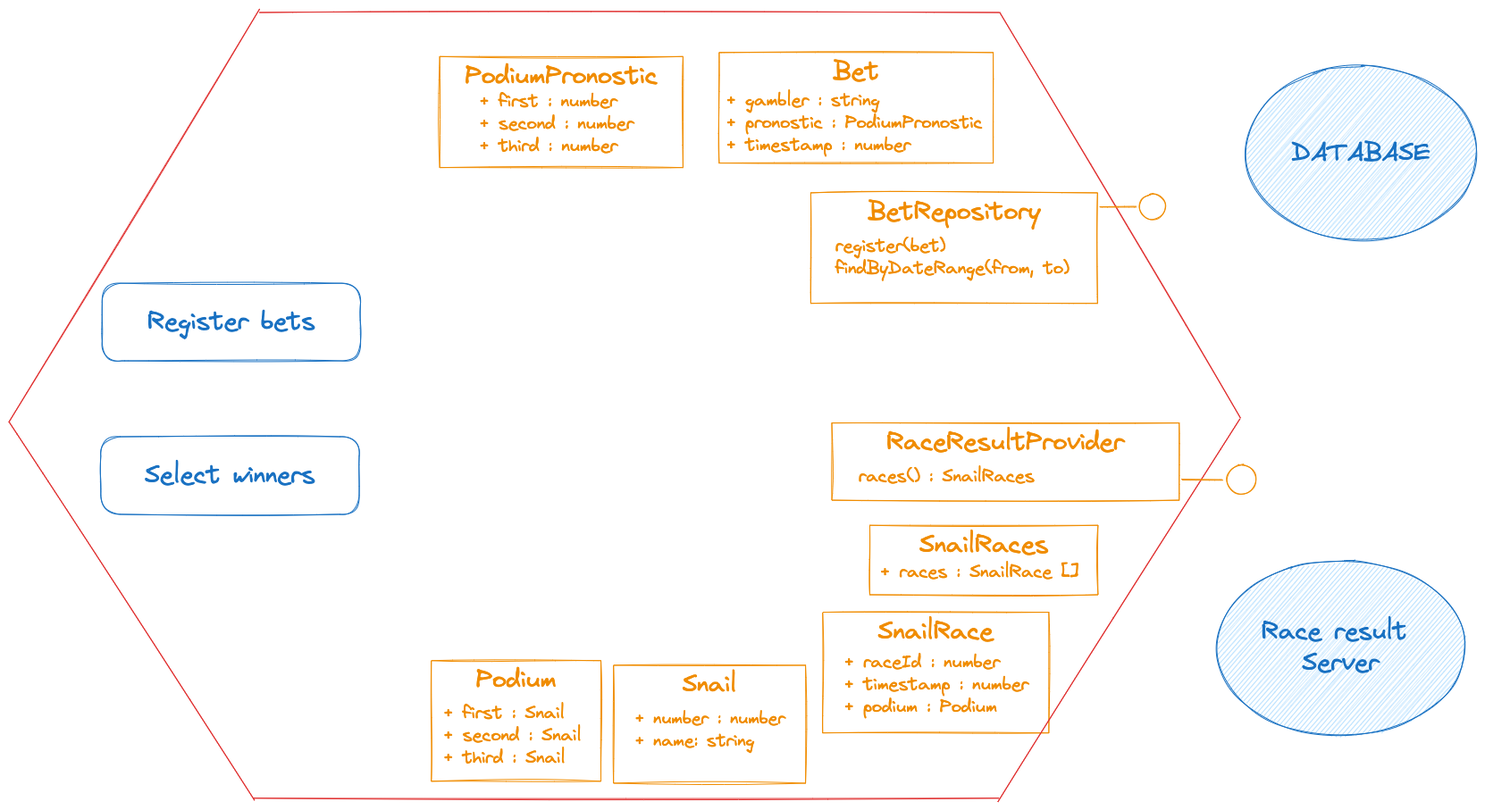
mathieucans/snail-race-kata keeps this Excalidraw diagram as snail-race-bet/SnailRaceBetApplication.png. Above is the earlier version. Source tidied: one line per element, renumbered; positions are measured from the earlier drawing's top-left corner, leaving out a move shared by most shapes.
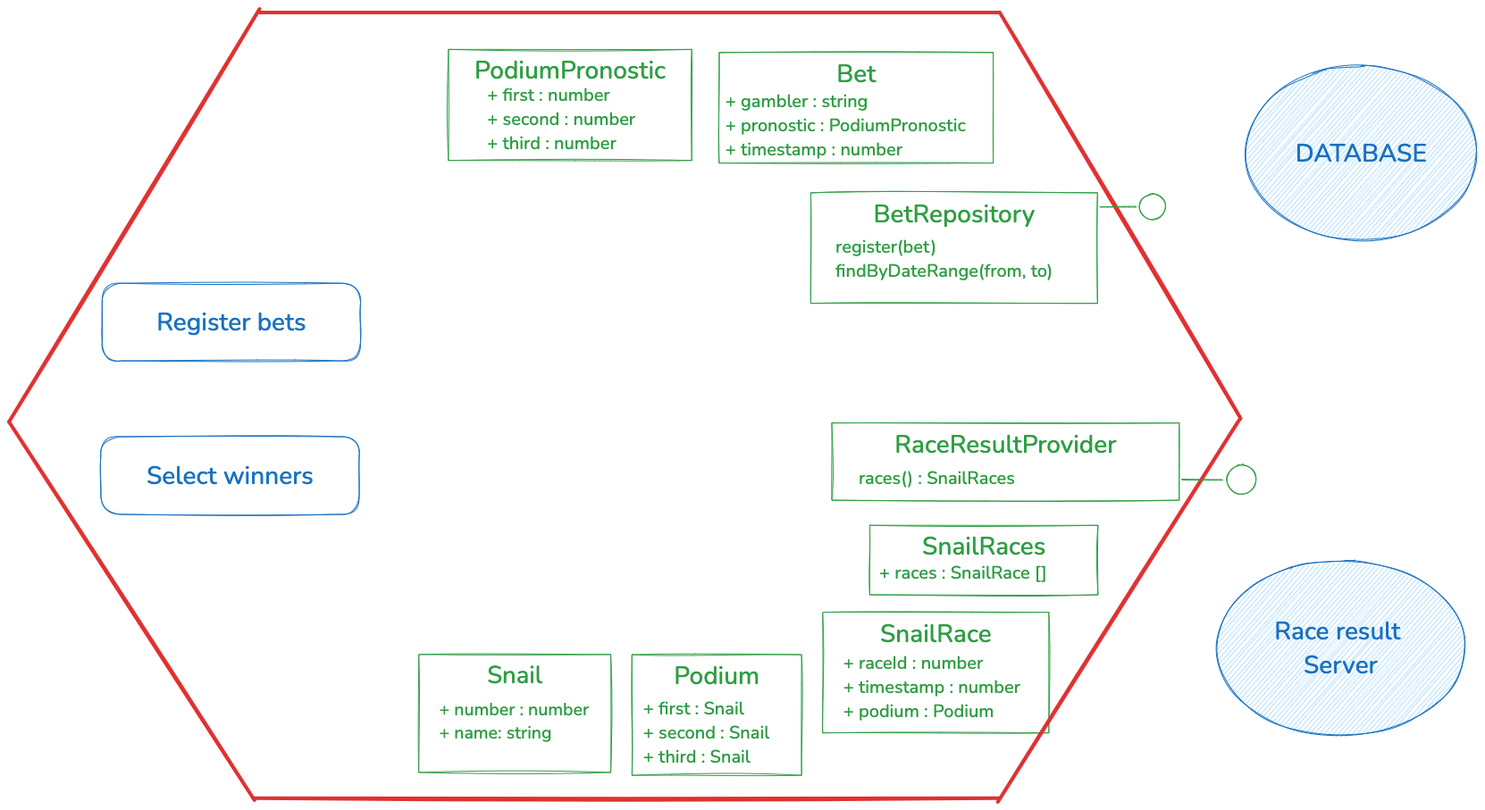
After the change.

Commit message:
Update application scheme

What changed in the source:
```diff
@@ -1,42 +1,42 @@
-{"id": 0, "type": "rectangle", "strokeColor": "#f08c00", "strokeWidth": 1, "roughness": 1, "x": 897, "y": 206, "width": 321, "height": 124}
+{"id": 0, "type": "rectangle", "strokeColor": "#2f9e44", "strokeWidth": 1, "roughness": 1, "x": 897, "y": 206, "width": 321, "height": 124}
-{"id": 1, "type": "text", "text": "BetRepository", "strokeColor": "#f08c00", "strokeWidth": 1, "roughness": 1, "fontSize": 28, "fontFamily": 1, "textAlign": "center", "inside": 0, "x": 961, "y": 211, "width": 193, "height": 35}
+{"id": 1, "type": "text", "text": "BetRepository", "strokeColor": "#2f9e44", "strokeWidth": 1, "roughness": 1, "fontSize": 28, "fontFamily": 6, "textAlign": "center", "inside": 0, "x": 967, "y": 211, "width": 183, "height": 38}
-{"id": 2, "type": "rectangle", "strokeColor": "#f08c00", "strokeWidth": 1, "roughness": 1, "x": 921, "y": 464, "width": 389, "height": 86}
+{"id": 2, "type": "rectangle", "strokeColor": "#2f9e44", "strokeWidth": 1, "roughness": 1, "x": 921, "y": 464, "width": 389, "height": 86}
-{"id": 3, "type": "text", "text": "RaceResultProvider\n", "strokeColor": "#f08c00", "strokeWidth": 1, "roughness": 1, "fontSize": 28, "fontFamily": 1, "textAlign": "center", "inside": 2, "x": 982, "y": 469, "width": 266, "height": 70}
+{"id": 3, "type": "text", "text": "RaceResultProvider\n", "strokeColor": "#2f9e44", "strokeWidth": 1, "roughness": 1, "fontSize": 28, "fontFamily": 6, "textAlign": "center", "inside": 2, "x": 990, "y": 469, "width": 250, "height": 76}
-{"id": 4, "type": "text", "text": "register(bet)\nfindByDateRange(from, to)", "strokeColor": "#f08c00", "strokeWidth": 1, "roughness": 1, "fontSize": 20, "fontFamily": 1, "x": 925, "y": 253, "width": 262, "height": 50}
+{"id": 4, "type": "text", "text": "register(bet)\nfindByDateRange(from, to)", "strokeColor": "#2f9e44", "strokeWidth": 1, "roughness": 1, "fontSize": 20, "fontFamily": 6, "x": 925, "y": 253, "width": 243, "height": 54}
-{"id": 5, "type": "text", "text": "races() : SnailRaces", "strokeColor": "#f08c00", "strokeWidth": 1, "roughness": 1, "fontSize": 20, "fontFamily": 1, "x": 951, "y": 511, "width": 197, "height": 25}
+{"id": 5, "type": "text", "text": "races() : SnailRaces", "strokeColor": "#2f9e44", "strokeWidth": 1, "roughness": 1, "fontSize": 20, "fontFamily": 6, "x": 951, "y": 511, "width": 176, "height": 27}
-{"id": 6, "type": "rectangle", "strokeColor": "#f08c00", "strokeWidth": 1, "roughness": 1, "x": 795, "y": 49, "width": 307, "height": 124}
+{"id": 6, "type": "rectangle", "strokeColor": "#2f9e44", "strokeWidth": 1, "roughness": 1, "x": 795, "y": 49, "width": 307, "height": 124}
-{"id": 7, "type": "text", "text": "Bet", "strokeColor": "#f08c00", "strokeWidth": 1, "roughness": 1, "fontSize": 28, "fontFamily": 1, "textAlign": "center", "inside": 6, "x": 922, "y": 54, "width": 51, "height": 35}
+{"id": 7, "type": "text", "text": "Bet", "strokeColor": "#2f9e44", "strokeWidth": 1, "roughness": 1, "fontSize": 28, "fontFamily": 6, "textAlign": "center", "inside": 6, "x": 925, "y": 54, "width": 47, "height": 38}
-{"id": 8, "type": "text", "text": "+ gambler : string\n+ pronostic : PodiumPronostic\n+ timestamp : number", "strokeColor": "#f08c00", "strokeWidth": 1, "roughness": 1, "fontSize": 20, "fontFamily": 1, "x": 802, "y": 90, "width": 288, "height": 75}
+{"id": 8, "type": "text", "text": "+ gambler : string\n+ pronostic : PodiumPronostic\n+ timestamp : number", "strokeColor": "#2f9e44", "strokeWidth": 1, "roughness": 1, "fontSize": 20, "fontFamily": 6, "x": 802, "y": 90, "width": 270, "height": 81}
-{"id": 9, "type": "rectangle", "strokeColor": "#f08c00", "strokeWidth": 1, "roughness": 1, "x": 911, "y": 676, "width": 253, "height": 135}
+{"id": 9, "type": "rectangle", "strokeColor": "#2f9e44", "strokeWidth": 1, "roughness": 1, "x": 911, "y": 676, "width": 253, "height": 135}
-{"id": 10, "type": "text", "text": "SnailRace", "strokeColor": "#f08c00", "strokeWidth": 1, "roughness": 1, "fontSize": 28, "fontFamily": 1, "textAlign": "center", "inside": 9, "x": 973, "y": 681, "width": 129, "height": 35}
+{"id": 10, "type": "text", "text": "SnailRace", "strokeColor": "#2f9e44", "strokeWidth": 1, "roughness": 1, "fontSize": 28, "fontFamily": 6, "textAlign": "center", "inside": 9, "x": 975, "y": 681, "width": 125, "height": 38}
-{"id": 11, "type": "text", "text": "+ raceId : number\n+ timestamp : number\n+ podium : Podium", "strokeColor": "#f08c00", "strokeWidth": 1, "roughness": 1, "fontSize": 20, "fontFamily": 1, "x": 934, "y": 719, "width": 208, "height": 75}
+{"id": 11, "type": "text", "text": "+ raceId : number\n+ timestamp : number\n+ podium : Podium", "strokeColor": "#2f9e44", "strokeWidth": 1, "roughness": 1, "fontSize": 20, "fontFamily": 6, "x": 934, "y": 719, "width": 199, "height": 81}
-{"id": 12, "type": "rectangle", "strokeColor": "#f08c00", "strokeWidth": 1, "roughness": 1, "x": 963, "y": 578, "width": 255, "height": 78}
+{"id": 12, "type": "rectangle", "strokeColor": "#2f9e44", "strokeWidth": 1, "roughness": 1, "x": 963, "y": 578, "width": 255, "height": 78}
-{"id": 13, "type": "text", "text": "SnailRaces", "strokeColor": "#f08c00", "strokeWidth": 1, "roughness": 1, "fontSize": 28, "fontFamily": 1, "textAlign": "center", "inside": 12, "x": 1019, "y": 583, "width": 145, "height": 35}
+{"id": 13, "type": "text", "text": "SnailRaces", "strokeColor": "#2f9e44", "strokeWidth": 1, "roughness": 1, "fontSize": 28, "fontFamily": 6, "textAlign": "center", "inside": 12, "x": 1022, "y": 583, "width": 138, "height": 38}
-{"id": 14, "type": "text", "text": "+ races : SnailRace []", "strokeColor": "#f08c00", "strokeWidth": 1, "roughness": 1, "fontSize": 20, "fontFamily": 1, "x": 974, "y": 618, "width": 223, "height": 25}
+{"id": 14, "type": "text", "text": "+ races : SnailRace []", "strokeColor": "#2f9e44", "strokeWidth": 1, "roughness": 1, "fontSize": 20, "fontFamily": 6, "x": 974, "y": 618, "width": 188, "height": 27}
-{"id": 15, "type": "rectangle", "strokeColor": "#f08c00", "strokeWidth": 1, "roughness": 1, "x": 482, "y": 53, "width": 272, "height": 124}
+{"id": 15, "type": "rectangle", "strokeColor": "#2f9e44", "strokeWidth": 1, "roughness": 1, "x": 492, "y": 45, "width": 272, "height": 124}
-{"id": 16, "type": "text", "text": "PodiumPronostic", "strokeColor": "#f08c00", "strokeWidth": 1, "roughness": 1, "fontSize": 28, "fontFamily": 1, "textAlign": "center", "inside": 15, "x": 510, "y": 58, "width": 216, "height": 35}
+{"id": 16, "type": "text", "text": "PodiumPronostic", "strokeColor": "#2f9e44", "strokeWidth": 1, "roughness": 1, "fontSize": 28, "fontFamily": 6, "textAlign": "center", "inside": 15, "x": 520, "y": 50, "width": 216, "height": 38}
-{"id": 17, "type": "text", "text": "+ first : number\n+ second : number\n+ third : number", "strokeColor": "#f08c00", "strokeWidth": 1, "roughness": 1, "fontSize": 20, "fontFamily": 1, "x": 526, "y": 91, "width": 174, "height": 75}
+{"id": 17, "type": "text", "text": "+ first : number\n+ second : number\n+ third : number", "strokeColor": "#2f9e44", "strokeWidth": 1, "roughness": 1, "fontSize": 20, "fontFamily": 6, "x": 535, "y": 83, "width": 167, "height": 81}
-{"id": 18, "type": "rectangle", "strokeColor": "#f08c00", "strokeWidth": 1, "roughness": 1, "x": 473, "y": 730, "width": 190, "height": 135}
+{"id": 18, "type": "rectangle", "strokeColor": "#2f9e44", "strokeWidth": 1, "roughness": 1, "x": 697, "y": 723, "width": 190, "height": 135}
-{"id": 19, "type": "text", "text": "Podium", "strokeColor": "#f08c00", "strokeWidth": 1, "roughness": 1, "fontSize": 28, "fontFamily": 1, "textAlign": "center", "inside": 18, "x": 523, "y": 735, "width": 90, "height": 35}
+{"id": 19, "type": "text", "text": "Podium", "strokeColor": "#2f9e44", "strokeWidth": 1, "roughness": 1, "fontSize": 28, "fontFamily": 6, "textAlign": "center", "inside": 18, "x": 744, "y": 728, "width": 96, "height": 38}
-{"id": 20, "type": "text", "text": "+ first : Snail\n+ second : Snail\n+ third : Snail", "strokeColor": "#f08c00", "strokeWidth": 1, "roughness": 1, "fontSize": 20, "fontFamily": 1, "x": 485, "y": 776, "width": 155, "height": 75}
+{"id": 20, "type": "text", "text": "+ first : Snail\n+ second : Snail\n+ third : Snail", "strokeColor": "#2f9e44", "strokeWidth": 1, "roughness": 1, "fontSize": 20, "fontFamily": 6, "x": 710, "y": 769, "width": 142, "height": 81}
-{"id": 21, "type": "rectangle", "strokeColor": "#f08c00", "strokeWidth": 1, "roughness": 1, "x": 677, "y": 735, "width": 215, "height": 132}
+{"id": 21, "type": "rectangle", "strokeColor": "#2f9e44", "strokeWidth": 1, "roughness": 1, "x": 459, "y": 723, "width": 215, "height": 132}
-{"id": 22, "type": "text", "text": "Snail", "strokeColor": "#f08c00", "strokeWidth": 1, "roughness": 1, "fontSize": 27.37, "fontFamily": 1, "textAlign": "center", "inside": 21, "x": 754, "y": 740, "width": 61, "height": 34}
+{"id": 22, "type": "text", "text": "Snail", "strokeColor": "#2f9e44", "strokeWidth": 1, "roughness": 1, "fontSize": 27.37, "fontFamily": 6, "textAlign": "center", "inside": 21, "x": 535, "y": 728, "width": 63, "height": 37}
-{"id": 23, "type": "text", "text": "+ number : number\n+ name: string", "strokeColor": "#f08c00", "strokeWidth": 1, "roughness": 1, "fontSize": 19.55, "fontFamily": 1, "x": 699, "y": 783, "width": 170, "height": 49}
+{"id": 23, "type": "text", "text": "+ number : number\n+ name: string", "strokeColor": "#2f9e44", "strokeWidth": 1, "roughness": 1, "fontSize": 19.55, "fontFamily": 6, "x": 481, "y": 771, "width": 169, "height": 53}
 {"id": 24, "type": "rectangle", "strokeColor": "#1971c2", "strokeWidth": 1, "roughness": 1, "round": true, "x": 104, "y": 307, "width": 289, "height": 87}
-{"id": 25, "type": "text", "text": "Register bets", "strokeColor": "#1971c2", "strokeWidth": 1, "roughness": 1, "fontSize": 28, "fontFamily": 1, "textAlign": "center", "verticalAlign": "middle", "inside": 24, "x": 155, "y": 333, "width": 187, "height": 35}
+{"id": 25, "type": "text", "text": "Register bets", "strokeColor": "#1971c2", "strokeWidth": 1, "roughness": 1, "fontSize": 28, "fontFamily": 6, "textAlign": "center", "verticalAlign": "middle", "inside": 24, "x": 165, "y": 332, "width": 168, "height": 38}
 {"id": 26, "type": "rectangle", "strokeColor": "#1971c2", "strokeWidth": 1, "roughness": 1, "round": true, "x": 103, "y": 479, "width": 289, "height": 87}
-{"id": 27, "type": "text", "text": "Select winners", "strokeColor": "#1971c2", "strokeWidth": 1, "roughness": 1, "fontSize": 28, "fontFamily": 1, "textAlign": "center", "verticalAlign": "middle", "inside": 26, "x": 152, "y": 505, "width": 191, "height": 35}
+{"id": 27, "type": "text", "text": "Select winners", "strokeColor": "#1971c2", "strokeWidth": 1, "roughness": 1, "fontSize": 28, "fontFamily": 6, "textAlign": "center", "verticalAlign": "middle", "inside": 26, "x": 154, "y": 504, "width": 187, "height": 38}
-{"id": 28, "type": "line", "strokeColor": "#e03131", "strokeWidth": 1, "roughness": 1, "x": 281, "y": 4, "width": 828, "height": 0, "points": [[0, 0], [828, 0]]}
+{"id": 28, "type": "line", "strokeColor": "#e03131", "strokeWidth": 4, "roughness": 1, "x": 281, "y": 4, "width": 828, "height": 0, "points": [[0, 0], [828, 0]]}
-{"id": 29, "type": "line", "strokeColor": "#e03131", "strokeWidth": 1, "roughness": 1, "x": 273, "y": 884, "width": 835, "height": 0, "points": [[0, 0], [835, 0]]}
+{"id": 29, "type": "line", "strokeColor": "#e03131", "strokeWidth": 4, "roughness": 1, "x": 273, "y": 884, "width": 835, "height": 0, "points": [[0, 0], [835, 0]]}
-{"id": 30, "type": "line", "strokeColor": "#e03131", "strokeWidth": 1, "roughness": 1, "x": 0, "y": 462, "width": 281, "height": 462, "points": [[0, 0], [281, -462]]}
+{"id": 30, "type": "line", "strokeColor": "#e03131", "strokeWidth": 4, "roughness": 1, "x": 0, "y": 462, "width": 281, "height": 462, "points": [[0, 0], [281, -462]]}
-{"id": 31, "type": "line", "strokeColor": "#e03131", "strokeWidth": 1, "roughness": 1, "x": 1378, "y": 459, "width": 271, "height": 429, "points": [[0, 0], [-271, 429]]}
+{"id": 31, "type": "line", "strokeColor": "#e03131", "strokeWidth": 4, "roughness": 1, "x": 1378, "y": 459, "width": 271, "height": 429, "points": [[0, 0], [-271, 429]]}
-{"id": 32, "type": "line", "strokeColor": "#e03131", "strokeWidth": 1, "roughness": 1, "x": 0, "y": 462, "width": 275, "height": 424, "points": [[0, 0], [275, 424]]}
+{"id": 32, "type": "line", "strokeColor": "#e03131", "strokeWidth": 4, "roughness": 1, "x": 0, "y": 462, "width": 275, "height": 424, "points": [[0, 0], [275, 424]]}
-{"id": 33, "type": "line", "strokeColor": "#e03131", "strokeWidth": 1, "roughness": 1, "x": 1379, "y": 458, "width": 270, "height": 455, "points": [[0, 0], [-270, -455]]}
+{"id": 33, "type": "line", "strokeColor": "#e03131", "strokeWidth": 4, "roughness": 1, "x": 1379, "y": 458, "width": 270, "height": 455, "points": [[0, 0], [-270, -455]]}
 {"id": 34, "type": "ellipse", "strokeColor": "#1971c2", "backgroundColor": "#a5d8ff", "fillStyle": "hachure", "strokeWidth": 1, "roughness": 1, "round": true, "x": 1384, "y": 63, "width": 259, "height": 196}
-{"id": 35, "type": "text", "text": "DATABASE", "strokeColor": "#1971c2", "strokeWidth": 1, "roughness": 1, "fontSize": 28, "fontFamily": 1, "textAlign": "center", "verticalAlign": "middle", "inside": 34, "x": 1435, "y": 144, "width": 156, "height": 35}
+{"id": 35, "type": "text", "text": "DATABASE", "strokeColor": "#1971c2", "strokeWidth": 1, "roughness": 1, "fontSize": 28, "fontFamily": 6, "textAlign": "center", "verticalAlign": "middle", "inside": 34, "x": 1439, "y": 143, "width": 148, "height": 38}
 {"id": 36, "type": "ellipse", "strokeColor": "#1971c2", "backgroundColor": "#a5d8ff", "fillStyle": "hachure", "strokeWidth": 1, "roughness": 1, "round": true, "x": 1352, "y": 617, "width": 278, "height": 197}
-{"id": 37, "type": "text", "text": "Race result \nServer", "strokeColor": "#1971c2", "strokeWidth": 1, "roughness": 1, "fontSize": 28, "fontFamily": 1, "textAlign": "center", "verticalAlign": "middle", "inside": 36, "x": 1402, "y": 681, "width": 177, "height": 70}
+{"id": 37, "type": "text", "text": "Race result \nServer", "strokeColor": "#1971c2", "strokeWidth": 1, "roughness": 1, "fontSize": 28, "fontFamily": 6, "textAlign": "center", "verticalAlign": "middle", "inside": 36, "x": 1416, "y": 678, "width": 148, "height": 76}
-{"id": 38, "type": "line", "strokeColor": "#f08c00", "strokeWidth": 1, "roughness": 1, "round": true, "to": 39, "x": 1221, "y": 222, "width": 40, "height": 0, "points": [[0, 0], [40, 0]]}
+{"id": 38, "type": "line", "strokeColor": "#2f9e44", "strokeWidth": 1, "roughness": 1, "round": true, "x": 1221, "y": 222, "width": 40, "height": 0, "points": [[0, 0], [40, 0]]}
-{"id": 39, "type": "ellipse", "strokeColor": "#f08c00", "strokeWidth": 1, "roughness": 1, "round": true, "x": 1266, "y": 207, "width": 29, "height": 29}
+{"id": 39, "type": "ellipse", "strokeColor": "#2f9e44", "strokeWidth": 1, "roughness": 1, "round": true, "x": 1266, "y": 207, "width": 29, "height": 29}
-{"id": 40, "type": "line", "strokeColor": "#f08c00", "strokeWidth": 1, "roughness": 1, "round": true, "x": 1312, "y": 527, "width": 46, "height": 0, "points": [[0, 0], [46, 0]]}
+{"id": 40, "type": "line", "strokeColor": "#2f9e44", "strokeWidth": 1, "roughness": 1, "round": true, "x": 1312, "y": 527, "width": 46, "height": 0, "points": [[0, 0], [46, 0]]}
-{"id": 41, "type": "ellipse", "strokeColor": "#f08c00", "strokeWidth": 1, "roughness": 1, "round": true, "x": 1363, "y": 510, "width": 33, "height": 33}
+{"id": 41, "type": "ellipse", "strokeColor": "#2f9e44", "strokeWidth": 1, "roughness": 1, "round": true, "x": 1363, "y": 510, "width": 33, "height": 33}
```
